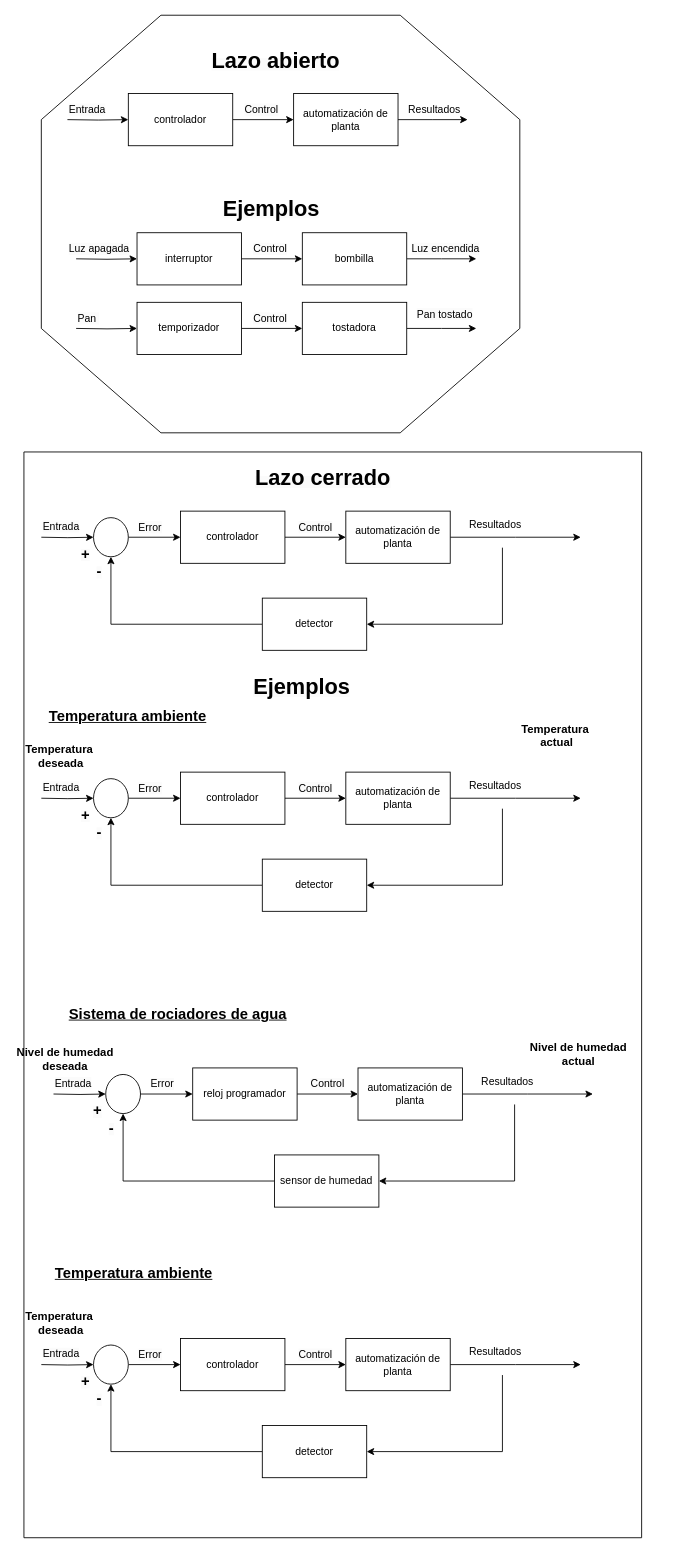
The draw.io diagram Diagrama sin título.drawio in danielmarin220806/practica-diplomado-IOT, before the edit. Source tidied: cells renumbered, new cells numbered last; positions are measured from the earlier drawing's top-left corner, leaving out a move shared by most shapes. Both pictures are drawn from the tidied source at 87%, with x=0, y=0 at pixel (15, 15).
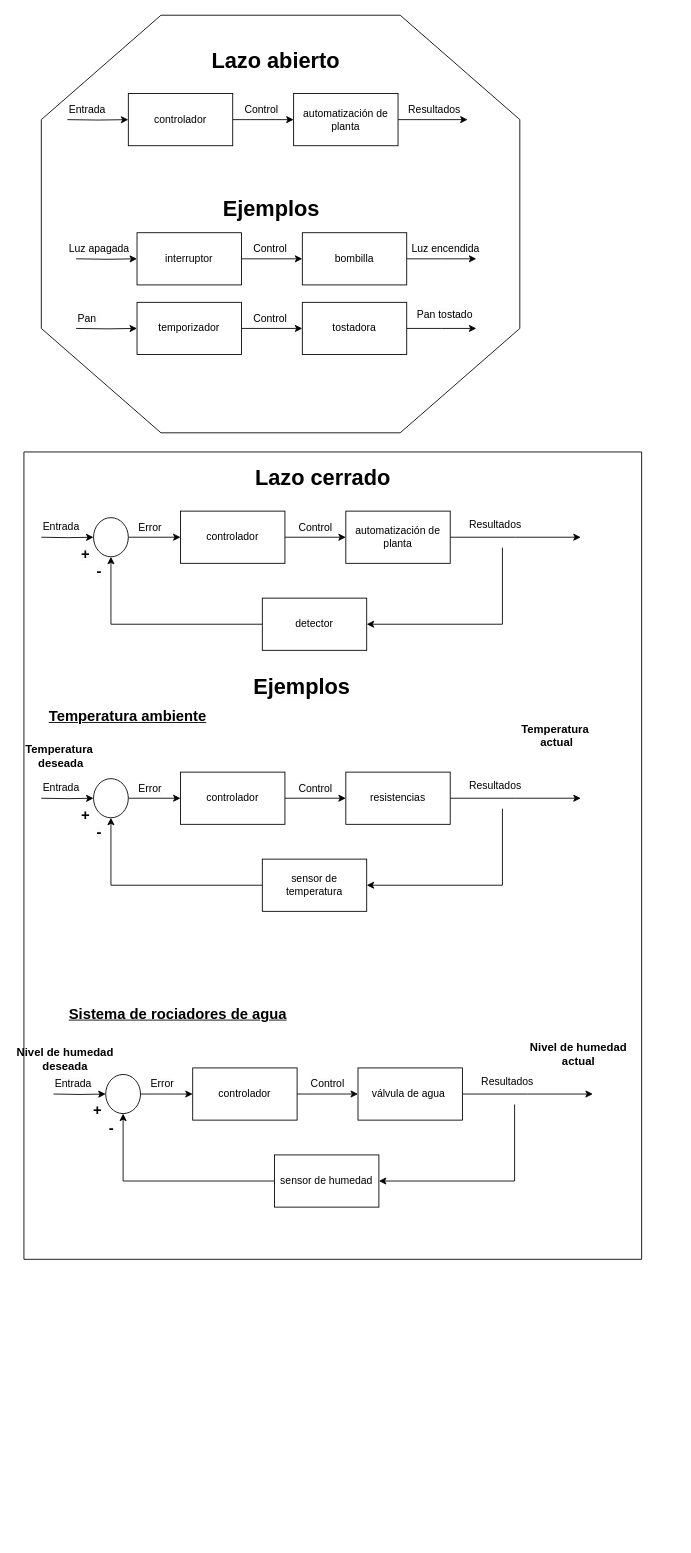
Above is the later version.

The edit, as a diff of the source:
```diff
@@
     <mxCell id="2" style="verticalLabelPosition=bottom;verticalAlign=top;html=1;shape=mxgraph.basic.rect;fillColor2=none;strokeWidth=1;size=20;indent=5;" parent="1" vertex="1">
-      <mxGeometry x="10" y="502" width="710" height="1248" as="geometry" />
+      <mxGeometry x="10" y="502" width="710" height="928" as="geometry" />
     </mxCell>
@@
-    <mxCell id="52" value="automatización de planta" style="rounded=0;whiteSpace=wrap;html=1;" parent="1" vertex="1">
+    <mxCell id="52" value="resistencias" style="rounded=0;whiteSpace=wrap;html=1;" parent="1" vertex="1">
       <mxGeometry x="380" y="870" width="120" height="60" as="geometry" />
     </mxCell>
@@
-    <mxCell id="61" value="detector" style="rounded=0;whiteSpace=wrap;html=1;" parent="1" vertex="1">
+    <mxCell id="61" value="sensor de temperatura" style="rounded=0;whiteSpace=wrap;html=1;" parent="1" vertex="1">
       <mxGeometry x="284" y="970" width="120" height="60" as="geometry" />
     </mxCell>
@@
-    <mxCell id="68" value="reloj programador" style="rounded=0;whiteSpace=wrap;html=1;" parent="1" vertex="1">
+    <mxCell id="68" value="controlador" style="rounded=0;whiteSpace=wrap;html=1;" parent="1" vertex="1">
       <mxGeometry x="204" y="1210" width="120" height="60" as="geometry" />
     </mxCell>
@@
-    <mxCell id="70" value="automatización de planta" style="rounded=0;whiteSpace=wrap;html=1;" parent="1" vertex="1">
+    <mxCell id="70" value="válvula de agua&amp;nbsp;" style="rounded=0;whiteSpace=wrap;html=1;" parent="1" vertex="1">
       <mxGeometry x="394" y="1210" width="120" height="60" as="geometry" />
     </mxCell>
@@
-    <mxCell id="83" style="edgeStyle=orthogonalEdgeStyle;rounded=0;jettySize=auto;html=1;" parent="1" edge="1" source="85" target="87">
-      <mxGeometry relative="1" as="geometry" />
-    </mxCell>
-    <mxCell id="84" style="edgeStyle=orthogonalEdgeStyle;rounded=0;jettySize=auto;html=1;entryX=1;entryY=0.5;entryDx=0;entryDy=0;" parent="1" edge="1" source="90" target="96">
-      <mxGeometry relative="1" as="geometry">
-        <Array as="points">
-          <mxPoint x="560" y="1651" />
-        </Array>
-      </mxGeometry>
-    </mxCell>
-    <mxCell id="85" value="controlador" style="rounded=0;whiteSpace=wrap;html=1;" parent="1" vertex="1">
-      <mxGeometry x="190" y="1521" width="120" height="60" as="geometry" />
-    </mxCell>
-    <mxCell id="86" style="edgeStyle=orthogonalEdgeStyle;rounded=0;jettySize=auto;html=1;" parent="1" edge="1" source="87">
-      <mxGeometry relative="1" as="geometry">
-        <mxPoint x="650" y="1551" as="targetPoint" />
-      </mxGeometry>
-    </mxCell>
-    <mxCell id="87" value="automatización de planta" style="rounded=0;whiteSpace=wrap;html=1;" parent="1" vertex="1">
-      <mxGeometry x="380" y="1521" width="120" height="60" as="geometry" />
-    </mxCell>
-    <mxCell id="88" value="&lt;span style=&quot;color: rgb(0, 0, 0); font-family: Helvetica; font-size: 12px; font-style: normal; font-variant-ligatures: normal; font-variant-caps: normal; font-weight: 400; letter-spacing: normal; orphans: 2; text-align: center; text-indent: 0px; text-transform: none; widows: 2; word-spacing: 0px; -webkit-text-stroke-width: 0px; background-color: rgb(251, 251, 251); text-decoration-thickness: initial; text-decoration-style: initial; text-decoration-color: initial; float: none; display: inline !important;&quot;&gt;Control&lt;/span&gt;" style="text;whiteSpace=wrap;html=1;" parent="1" vertex="1">
-      <mxGeometry x="324" y="1526" width="100" height="40" as="geometry" />
-    </mxCell>
-    <mxCell id="89" value="&lt;span style=&quot;color: rgb(0, 0, 0); font-family: Helvetica; font-size: 12px; font-style: normal; font-variant-ligatures: normal; font-variant-caps: normal; font-weight: 400; letter-spacing: normal; orphans: 2; text-align: center; text-indent: 0px; text-transform: none; widows: 2; word-spacing: 0px; -webkit-text-stroke-width: 0px; background-color: rgb(251, 251, 251); text-decoration-thickness: initial; text-decoration-style: initial; text-decoration-color: initial; float: none; display: inline !important;&quot;&gt;Entrada&lt;/span&gt;" style="text;whiteSpace=wrap;html=1;" parent="1" vertex="1">
-      <mxGeometry x="30" y="1525" width="60" height="40" as="geometry" />
-    </mxCell>
-    <mxCell id="90" value="&lt;div style=&quot;text-align: center;&quot;&gt;&lt;span style=&quot;background-color: initial;&quot;&gt;Resultados&lt;/span&gt;&lt;/div&gt;" style="text;whiteSpace=wrap;html=1;" parent="1" vertex="1">
-      <mxGeometry x="520" y="1523" width="100" height="40" as="geometry" />
-    </mxCell>
-    <mxCell id="91" style="edgeStyle=orthogonalEdgeStyle;rounded=0;jettySize=auto;html=1;" parent="1" edge="1" source="93" target="85">
-      <mxGeometry relative="1" as="geometry" />
-    </mxCell>
-    <mxCell id="92" style="edgeStyle=orthogonalEdgeStyle;rounded=0;jettySize=auto;html=1;entryX=0;entryY=0.5;entryDx=0;entryDy=0;" parent="1" edge="1" target="93">
-      <mxGeometry relative="1" as="geometry">
-        <mxPoint x="30" y="1551" as="sourcePoint" />
-      </mxGeometry>
-    </mxCell>
-    <mxCell id="93" style="ellipse;whiteSpace=wrap;html=1;rounded=0;" parent="1" vertex="1">
-      <mxGeometry x="90" y="1528.5" width="40" height="45" as="geometry" />
-    </mxCell>
-    <mxCell id="94" value="&lt;span style=&quot;color: rgb(0, 0, 0); font-family: Helvetica; font-size: 12px; font-style: normal; font-variant-ligatures: normal; font-variant-caps: normal; font-weight: 400; letter-spacing: normal; orphans: 2; text-align: center; text-indent: 0px; text-transform: none; widows: 2; word-spacing: 0px; -webkit-text-stroke-width: 0px; background-color: rgb(251, 251, 251); text-decoration-thickness: initial; text-decoration-style: initial; text-decoration-color: initial; float: none; display: inline !important;&quot;&gt;Error&lt;/span&gt;" style="text;whiteSpace=wrap;html=1;" parent="1" vertex="1">
-      <mxGeometry x="140" y="1526" width="60" height="40" as="geometry" />
-    </mxCell>
-    <mxCell id="95" style="edgeStyle=orthogonalEdgeStyle;rounded=0;jettySize=auto;html=1;entryX=0.5;entryY=1;entryDx=0;entryDy=0;" parent="1" edge="1" source="96" target="93">
-      <mxGeometry relative="1" as="geometry" />
-    </mxCell>
-    <mxCell id="96" value="detector" style="rounded=0;whiteSpace=wrap;html=1;" parent="1" vertex="1">
-      <mxGeometry x="284" y="1621" width="120" height="60" as="geometry" />
-    </mxCell>
-    <mxCell id="97" value="&lt;span style=&quot;color: rgb(0, 0, 0); font-family: Helvetica; font-style: normal; font-variant-ligatures: normal; font-variant-caps: normal; letter-spacing: normal; orphans: 2; text-align: center; text-indent: 0px; text-transform: none; widows: 2; word-spacing: 0px; -webkit-text-stroke-width: 0px; background-color: rgb(251, 251, 251); text-decoration-thickness: initial; text-decoration-style: initial; text-decoration-color: initial; float: none; display: inline !important;&quot;&gt;&lt;b style=&quot;&quot;&gt;&lt;font style=&quot;font-size: 17px;&quot;&gt;+&lt;/font&gt;&lt;/b&gt;&lt;/span&gt;" style="text;whiteSpace=wrap;html=1;" parent="1" vertex="1">
-      <mxGeometry x="74" y="1553.5" width="18" height="27.5" as="geometry" />
-    </mxCell>
-    <mxCell id="98" value="&lt;span style=&quot;color: rgb(0, 0, 0); font-family: Helvetica; font-style: normal; font-variant-ligatures: normal; font-variant-caps: normal; letter-spacing: normal; orphans: 2; text-align: center; text-indent: 0px; text-transform: none; widows: 2; word-spacing: 0px; -webkit-text-stroke-width: 0px; background-color: rgb(251, 251, 251); text-decoration-thickness: initial; text-decoration-style: initial; text-decoration-color: initial; float: none; display: inline !important;&quot;&gt;&lt;b style=&quot;&quot;&gt;&lt;font style=&quot;font-size: 17px;&quot;&gt;-&lt;/font&gt;&lt;/b&gt;&lt;/span&gt;" style="text;whiteSpace=wrap;html=1;" parent="1" vertex="1">
-      <mxGeometry x="92" y="1573.5" width="18" height="27.5" as="geometry" />
-    </mxCell>
-    <mxCell id="99" value="&lt;div style=&quot;text-align: center;&quot;&gt;&lt;font style=&quot;font-size: 13px;&quot;&gt;&lt;b&gt;Temperatura&amp;nbsp;&lt;/b&gt;&lt;/font&gt;&lt;/div&gt;&lt;div style=&quot;text-align: center;&quot;&gt;&lt;font style=&quot;font-size: 13px;&quot;&gt;&lt;b&gt;deseada&lt;/b&gt;&lt;/font&gt;&lt;/div&gt;" style="text;whiteSpace=wrap;html=1;" parent="1" vertex="1">
-      <mxGeometry x="10" y="1481" width="170" height="40" as="geometry" />
-    </mxCell>
@@
-    <mxCell id="103" value="&lt;div style=&quot;text-align: center;&quot;&gt;&lt;b style=&quot;&quot;&gt;&lt;u style=&quot;&quot;&gt;&lt;font style=&quot;font-size: 17px;&quot;&gt;Temperatura ambiente&lt;/font&gt;&lt;/u&gt;&lt;/b&gt;&lt;/div&gt;" style="text;whiteSpace=wrap;html=1;" parent="1" vertex="1">
-      <mxGeometry x="44" y="1430" width="235" height="40" as="geometry" />
-    </mxCell>
```
